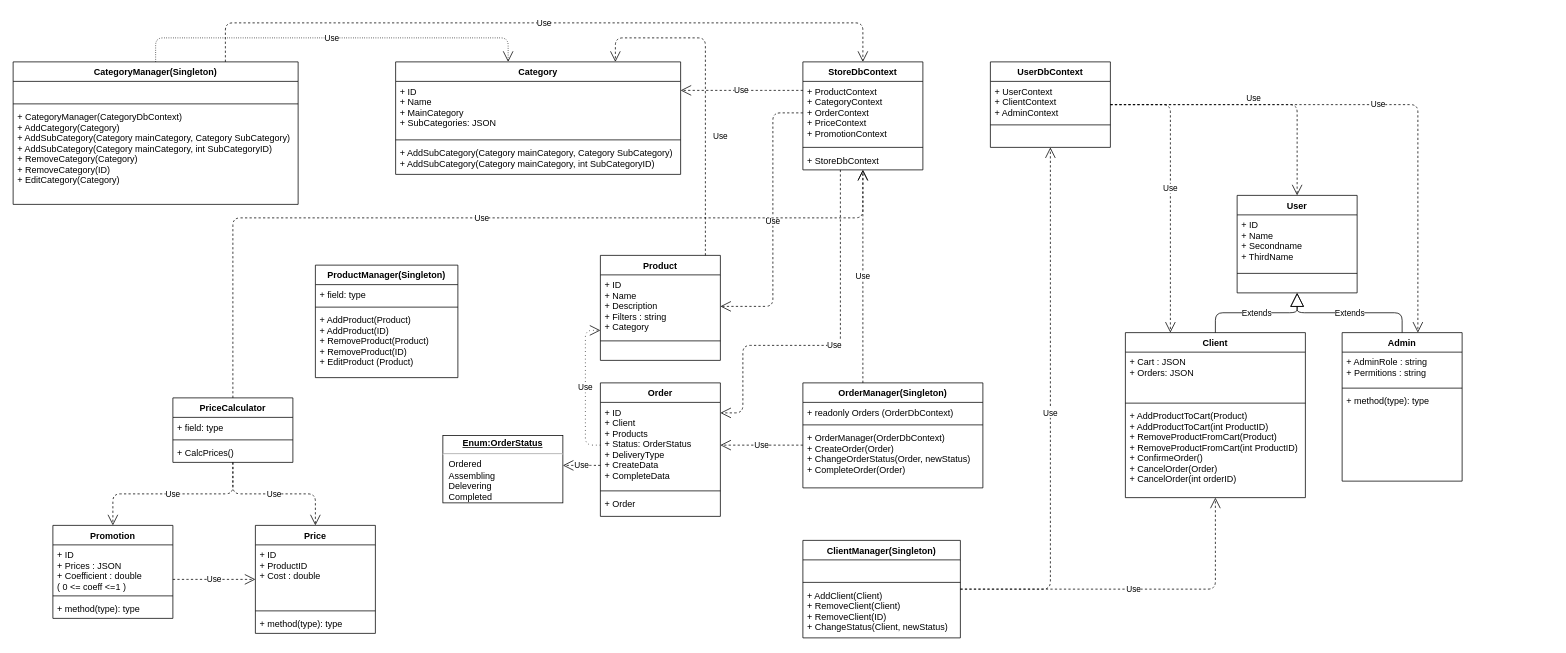
Above: UML Diagram.drawio in ArtemGB/AlpakaStore (draw.io), before the change. Source tidied: cells renumbered, new cells numbered last; positions are measured from the earlier drawing's top-left corner, leaving out a move shared by most shapes. Both pictures are drawn from the tidied source at 75%, with x=0, y=0 at pixel (13, 22).
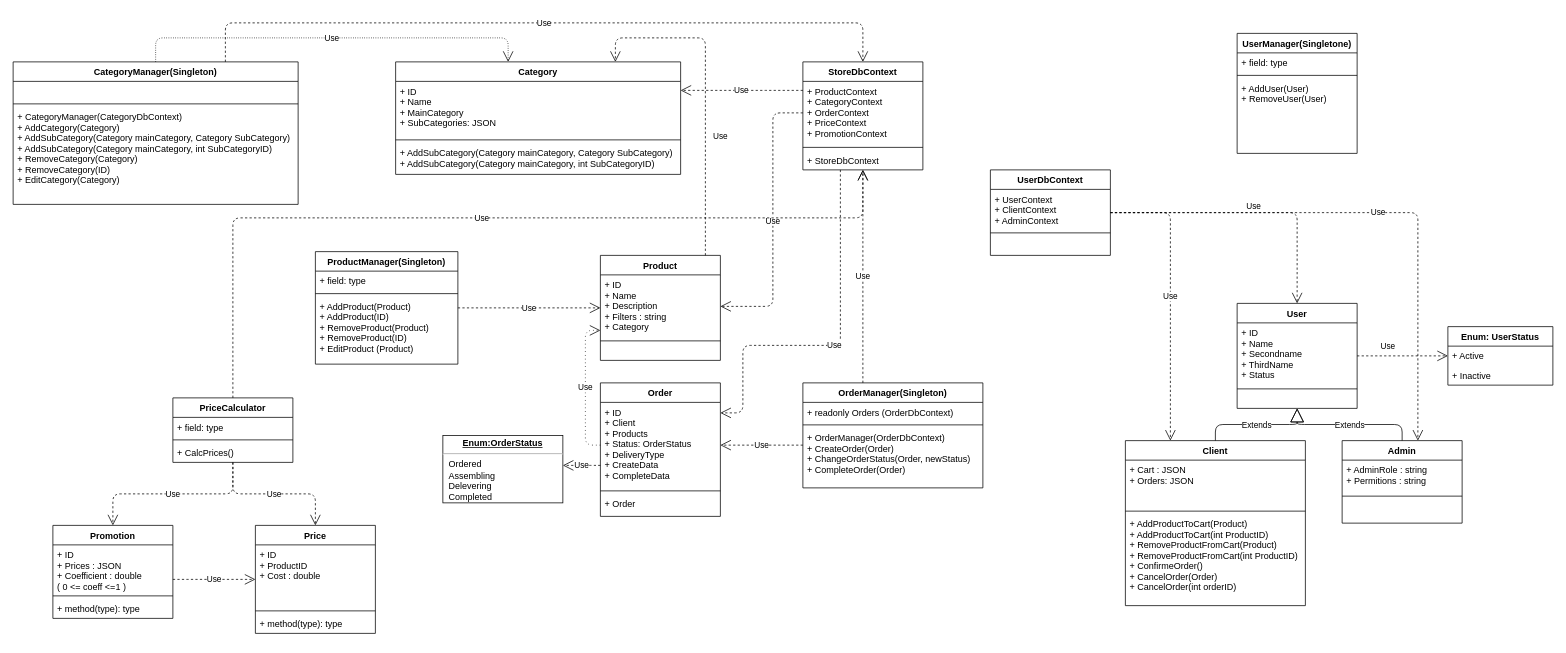
After the change.

The change refers to these unchanged cells:
```xml
<mxCell id="2" value="Product" style="swimlane;fontStyle=1;align=center;verticalAlign=top;horizontal=1;startSize=26;" parent="1" vertex="1">
  <mxGeometry x="783" y="310" width="160" height="140" as="geometry" />
</mxCell>
```

What changed in the source:
```diff
@@
+    <mxCell id="84" value="Enum: UserStatus" style="swimlane;fontStyle=1;horizontal=1;startSize=26;fillColor=none;" parent="1" vertex="1">
+      <mxGeometry x="1913" y="405" width="140" height="78" as="geometry" />
+    </mxCell>
+    <mxCell id="85" value="+ Active" style="text;strokeColor=none;fillColor=none;align=left;verticalAlign=top;spacingLeft=4;spacingRight=4;overflow=hidden;" parent="84" vertex="1">
+      <mxGeometry y="26" width="140" height="26" as="geometry" />
+    </mxCell>
+    <mxCell id="86" value="+ Inactive" style="text;strokeColor=none;fillColor=none;align=left;verticalAlign=top;spacingLeft=4;spacingRight=4;overflow=hidden;" parent="84" vertex="1">
+      <mxGeometry y="52" width="140" height="26" as="geometry" />
+    </mxCell>
@@
     <mxCell id="14" value="User" style="swimlane;fontStyle=1;align=center;verticalAlign=top;horizontal=1;startSize=26;" parent="1" vertex="1">
-      <mxGeometry x="1632" y="230" width="160" height="130" as="geometry" />
+      <mxGeometry x="1632" y="374" width="160" height="140" as="geometry" />
     </mxCell>
-    <mxCell id="15" value="+ ID&#10;+ Name&#10;+ Secondname&#10;+ ThirdName" style="text;strokeColor=none;fillColor=none;align=left;verticalAlign=top;spacingLeft=4;spacingRight=4;overflow=hidden;" parent="14" vertex="1">
-      <mxGeometry y="26" width="160" height="74" as="geometry" />
+    <mxCell id="15" value="+ ID&#10;+ Name&#10;+ Secondname&#10;+ ThirdName&#10;+ Status" style="text;strokeColor=none;fillColor=none;align=left;verticalAlign=top;spacingLeft=4;spacingRight=4;overflow=hidden;" parent="14" vertex="1">
+      <mxGeometry y="26" width="160" height="84" as="geometry" />
     </mxCell>
     <mxCell id="16" style="line;strokeWidth=1;fillColor=none;align=left;verticalAlign=middle;spacingTop=-1;spacingLeft=3;spacingRight=3;labelPosition=right;" parent="14" vertex="1">
-      <mxGeometry y="100" width="160" height="8" as="geometry" />
+      <mxGeometry y="110" width="160" height="8" as="geometry" />
     </mxCell>
     <mxCell id="17" value=" " style="text;strokeColor=none;fillColor=none;align=left;verticalAlign=top;spacingLeft=4;spacingRight=4;overflow=hidden;" parent="14" vertex="1">
-      <mxGeometry y="108" width="160" height="22" as="geometry" />
+      <mxGeometry y="118" width="160" height="22" as="geometry" />
     </mxCell>
     <mxCell id="18" value="Client" style="swimlane;fontStyle=1;align=center;verticalAlign=top;horizontal=1;startSize=26;" parent="1" vertex="1">
-      <mxGeometry x="1483" y="413" width="240" height="220" as="geometry" />
+      <mxGeometry x="1483" y="557" width="240" height="220" as="geometry" />
     </mxCell>
@@
     <mxCell id="22" value="Admin" style="swimlane;fontStyle=1;align=center;verticalAlign=top;horizontal=1;startSize=26;" parent="1" vertex="1">
-      <mxGeometry x="1772" y="413" width="160" height="198" as="geometry" />
+      <mxGeometry x="1772" y="557" width="160" height="110" as="geometry" />
     </mxCell>
@@
-    <mxCell id="25" value="+ method(type): type" style="text;strokeColor=none;fillColor=none;align=left;verticalAlign=top;spacingLeft=4;spacingRight=4;overflow=hidden;" parent="22" vertex="1">
-      <mxGeometry y="78" width="160" height="120" as="geometry" />
+    <mxCell id="25" value=" " style="text;strokeColor=none;fillColor=none;align=left;verticalAlign=top;spacingLeft=4;spacingRight=4;overflow=hidden;" parent="22" vertex="1">
+      <mxGeometry y="78" width="160" height="32" as="geometry" />
     </mxCell>
@@
-    <mxCell id="48" value="ClientManager(Singleton)" style="swimlane;fontStyle=1;align=center;verticalAlign=top;horizontal=1;startSize=26;" parent="1" vertex="1">
-      <mxGeometry x="1053" y="690" width="210" height="130" as="geometry" />
-    </mxCell>
-    <mxCell id="49" value=" " style="text;strokeColor=none;fillColor=none;align=left;verticalAlign=top;spacingLeft=4;spacingRight=4;overflow=hidden;" parent="48" vertex="1">
-      <mxGeometry y="26" width="210" height="26" as="geometry" />
-    </mxCell>
-    <mxCell id="50" style="line;strokeWidth=1;fillColor=none;align=left;verticalAlign=middle;spacingTop=-1;spacingLeft=3;spacingRight=3;labelPosition=right;" parent="48" vertex="1">
-      <mxGeometry y="52" width="210" height="8" as="geometry" />
-    </mxCell>
-    <mxCell id="51" value="+ AddClient(Client)&#10;+ RemoveClient(Client)&#10;+ RemoveClient(ID)&#10;+ ChangeStatus(Client, newStatus)" style="text;strokeColor=none;fillColor=none;align=left;verticalAlign=top;spacingLeft=4;spacingRight=4;overflow=hidden;" parent="48" vertex="1">
-      <mxGeometry y="60" width="210" height="70" as="geometry" />
-    </mxCell>
@@
     <mxCell id="54" value="UserDbContext" style="swimlane;fontStyle=1;align=center;verticalAlign=top;horizontal=1;startSize=26;" parent="1" vertex="1">
-      <mxGeometry x="1303" y="52" width="160" height="114" as="geometry" />
+      <mxGeometry x="1303" y="196" width="160" height="114" as="geometry" />
     </mxCell>
@@
     <mxCell id="59" value="Use" style="endArrow=open;endSize=12;dashed=1;html=1;edgeStyle=orthogonalEdgeStyle;" parent="1" edge="1" source="54" target="18">
       <mxGeometry relative="1" as="geometry">
         <Array as="points">
-          <mxPoint x="1543" y="109" />
+          <mxPoint x="1543" y="253" />
         </Array>
       </mxGeometry>
     </mxCell>
     <mxCell id="60" value="Use" style="endArrow=open;endSize=12;dashed=1;html=1;edgeStyle=orthogonalEdgeStyle;" parent="1" edge="1" source="54" target="22">
       <mxGeometry relative="1" as="geometry">
         <Array as="points">
-          <mxPoint x="1873" y="109" />
+          <mxPoint x="1873" y="253" />
         </Array>
       </mxGeometry>
     </mxCell>
-    <mxCell id="61" value="Use" style="endArrow=open;endSize=12;dashed=1;html=1;edgeStyle=orthogonalEdgeStyle;" parent="1" edge="1" source="48" target="54">
-      <mxGeometry relative="1" as="geometry" />
-    </mxCell>
-    <mxCell id="62" value="Use" style="endArrow=open;endSize=12;dashed=1;html=1;edgeStyle=orthogonalEdgeStyle;" parent="1" edge="1" source="48" target="18">
-      <mxGeometry relative="1" as="geometry" />
-    </mxCell>
@@
     <mxCell id="80" value="ProductManager(Singleton)" style="swimlane;fontStyle=1;align=center;verticalAlign=top;horizontal=1;startSize=26;" parent="1" vertex="1">
-      <mxGeometry x="403" y="323" width="190" height="150" as="geometry" />
+      <mxGeometry x="403" y="305" width="190" height="150" as="geometry" />
     </mxCell>
@@
+    <mxCell id="87" value="UserManager(Singletone)" style="swimlane;fontStyle=1;align=center;verticalAlign=top;horizontal=1;startSize=26;" parent="1" vertex="1">
+      <mxGeometry x="1632" y="14" width="160" height="160" as="geometry" />
+    </mxCell>
+    <mxCell id="88" value="+ field: type" style="text;strokeColor=none;fillColor=none;align=left;verticalAlign=top;spacingLeft=4;spacingRight=4;overflow=hidden;" parent="87" vertex="1">
+      <mxGeometry y="26" width="160" height="26" as="geometry" />
+    </mxCell>
+    <mxCell id="89" style="line;strokeWidth=1;fillColor=none;align=left;verticalAlign=middle;spacingTop=-1;spacingLeft=3;spacingRight=3;labelPosition=right;" parent="87" vertex="1">
+      <mxGeometry y="52" width="160" height="8" as="geometry" />
+    </mxCell>
+    <mxCell id="90" value="+ AddUser(User)&#10;+ RemoveUser(User)" style="text;strokeColor=none;fillColor=none;align=left;verticalAlign=top;spacingLeft=4;spacingRight=4;overflow=hidden;" parent="87" vertex="1">
+      <mxGeometry y="60" width="160" height="100" as="geometry" />
+    </mxCell>
+    <mxCell id="91" value="Use" style="endArrow=open;endSize=12;dashed=1;html=1;edgeStyle=orthogonalEdgeStyle;" parent="1" edge="1" source="14" target="84">
+      <mxGeometry x="-0.32" y="13" relative="1" as="geometry" />
+    </mxCell>
+    <mxCell id="92" value="Use" style="endArrow=open;endSize=12;dashed=1;html=1;edgeStyle=orthogonalEdgeStyle;" parent="1" edge="1" source="80" target="2">
+      <mxGeometry relative="1" as="geometry" />
+    </mxCell>
```
